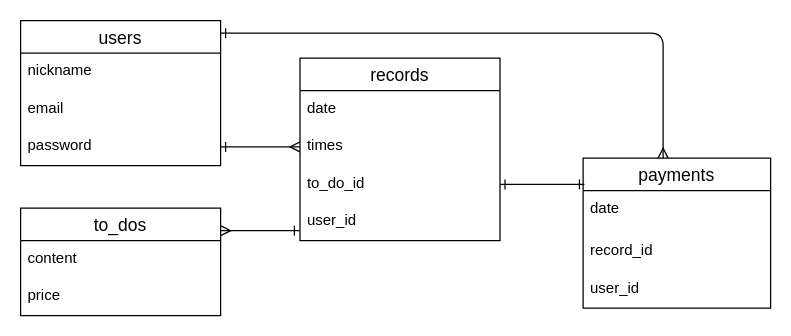
Above: kasego.dio in miho-hoi/kasego (draw.io), before the change. Source tidied: cells renumbered, new cells numbered last; positions are measured from the earlier drawing's top-left corner, leaving out a move shared by most shapes. Both pictures are drawn from the tidied source at 125%, with x=0, y=0 at pixel (20, 20).
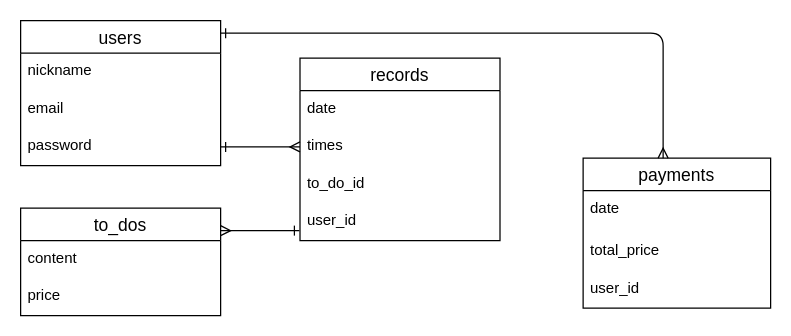
The same diagram, later.

Commit message (it also covers changes not shown here):
データベース設計の修正

The change refers to these unchanged cells:
```xml
<mxCell id="9" value="to_do_id" style="text;strokeColor=none;fillColor=none;spacingLeft=4;spacingRight=4;overflow=hidden;points=[[0,0.5],[1,0.5]];portConstraint=eastwest;fontSize=12;rounded=0;" parent="6" vertex="1">
  <mxGeometry y="86" width="160" height="30" as="geometry" />
</mxCell>
<mxCell id="11" value="payments" style="swimlane;fontStyle=0;horizontal=1;startSize=26;align=center;fontSize=14;rounded=0;" parent="1" vertex="1">
  <mxGeometry x="450" y="110" width="150" height="120" as="geometry" />
</mxCell>
```

What changed in the source:
```diff
@@
-    <mxCell id="13" value="record_id" style="text;strokeColor=none;fillColor=none;spacingLeft=4;spacingRight=4;overflow=hidden;fontSize=12;rounded=0;" parent="11" vertex="1">
+    <mxCell id="13" value="total_price" style="text;strokeColor=none;fillColor=none;spacingLeft=4;spacingRight=4;overflow=hidden;fontSize=12;rounded=0;" parent="11" vertex="1">
       <mxGeometry y="60" width="150" height="30" as="geometry" />
     </mxCell>
@@
-    <mxCell id="21" style="edgeStyle=none;html=1;exitX=1;exitY=0.5;exitDx=0;exitDy=0;entryX=0.007;entryY=0.175;entryDx=0;entryDy=0;entryPerimeter=0;endArrow=ERone;endFill=0;startArrow=ERone;startFill=0;" parent="1" edge="1" source="9" target="11">
-      <mxGeometry relative="1" as="geometry" />
-    </mxCell>
```
